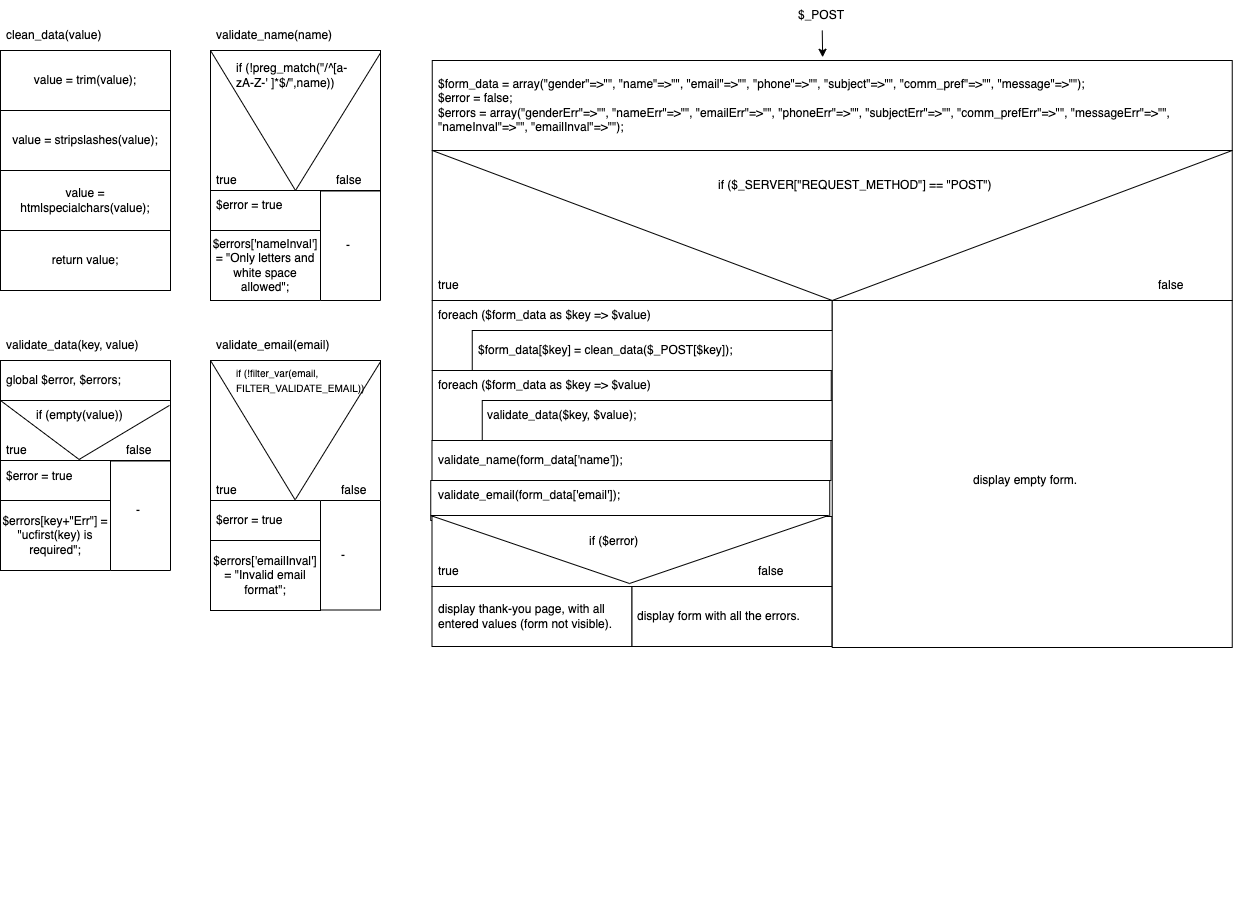
Earlier version of the draw.io export Diagrams/form_psd.drawio.png (JeroenHeemskerk/educom-webshop-basis-1688463739). Source tidied: cells renumbered, new cells last; positions are measured from the earlier drawing's top-left corner, leaving out a move shared by most shapes.
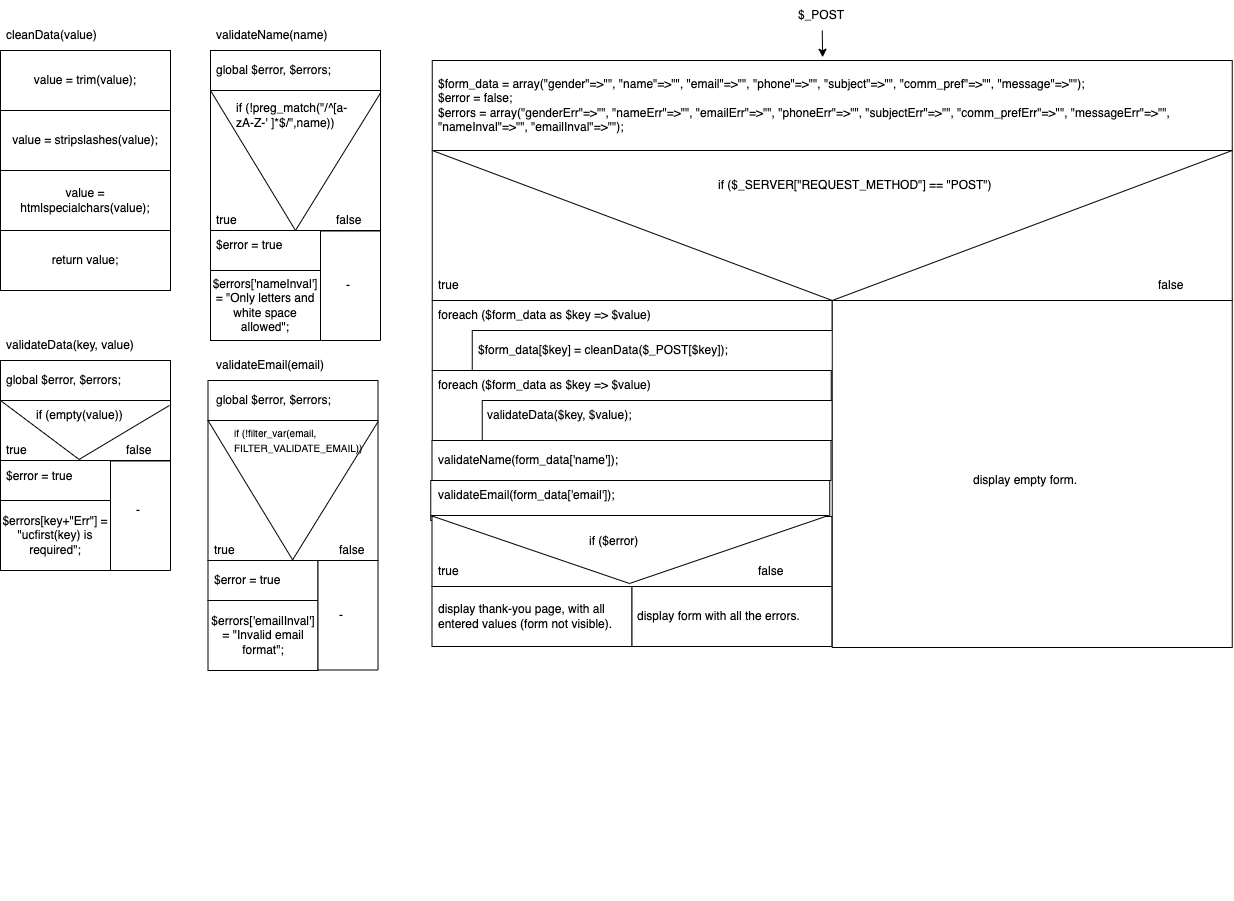
The same diagram one commit later.

Commit message:
Added the initiate variables part to the functions validateName and validateEmail. (#4)

Change to the diagram source:
```diff
@@ -17,7 +17,7 @@
     <mxCell id="6" style="rounded=0;whiteSpace=wrap;html=1;fontSize=10;fontColor=#000000;" parent="1" vertex="1">
       <mxGeometry x="471.8" y="330" width="368.2" height="40" as="geometry" />
     </mxCell>
-    <mxCell id="7" value="&lt;font style=&quot;font-size: 12px;&quot;&gt;$form_data[$key] = clean_data($_POST[$key]);&lt;/font&gt;" style="text;strokeColor=none;fillColor=none;align=left;verticalAlign=middle;spacingLeft=4;spacingRight=4;overflow=hidden;whiteSpace=wrap;html=1;fontSize=10;fontColor=#000000;" parent="1" vertex="1">
+    <mxCell id="7" value="&lt;font style=&quot;font-size: 12px;&quot;&gt;$form_data[$key] = cleanData($_POST[$key]);&lt;/font&gt;" style="text;strokeColor=none;fillColor=none;align=left;verticalAlign=middle;spacingLeft=4;spacingRight=4;overflow=hidden;whiteSpace=wrap;html=1;fontSize=10;fontColor=#000000;" parent="1" vertex="1">
       <mxGeometry x="471.8" y="335" width="358.2" height="30" as="geometry" />
     </mxCell>
     <mxCell id="8" style="group;fontColor=#000000;" parent="1" vertex="1">
@@ -26,7 +26,7 @@
     <mxCell id="9" value="&lt;span style=&quot;&quot; class=&quot;phpcolor&quot;&gt;&lt;span style=&quot;&quot; class=&quot;phpkeywordcolor&quot;&gt;return&lt;/span&gt; $data;&lt;/span&gt;" style="rounded=0;whiteSpace=wrap;html=1;fontColor=#000000;" parent="8" vertex="1">
       <mxGeometry y="30" width="170" height="240" as="geometry" />
     </mxCell>
-    <mxCell id="10" value="&lt;font&gt;clean_data(value)&lt;/font&gt;" style="text;strokeColor=none;fillColor=none;align=left;verticalAlign=middle;spacingLeft=4;spacingRight=4;overflow=hidden;whiteSpace=wrap;html=1;fontColor=#000000;" parent="8" vertex="1">
+    <mxCell id="10" value="&lt;font&gt;cleanData(value)&lt;/font&gt;" style="text;strokeColor=none;fillColor=none;align=left;verticalAlign=middle;spacingLeft=4;spacingRight=4;overflow=hidden;whiteSpace=wrap;html=1;fontColor=#000000;" parent="8" vertex="1">
       <mxGeometry width="160" height="30" as="geometry" />
     </mxCell>
     <mxCell id="11" value="&lt;span style=&quot;&quot; class=&quot;phpcolor&quot;&gt;&lt;font&gt;value = trim(value);&lt;/font&gt;&lt;/span&gt;" style="rounded=0;whiteSpace=wrap;html=1;fontColor=#000000;align=center;" parent="8" vertex="1">
@@ -44,7 +44,7 @@
     <mxCell id="15" style="group;fontColor=#000000;" parent="1" vertex="1">
       <mxGeometry y="310" width="410" height="590" as="geometry" />
     </mxCell>
-    <mxCell id="16" value="&lt;font&gt;validate_data(key, value)&lt;/font&gt;" style="text;strokeColor=none;fillColor=none;align=left;verticalAlign=middle;spacingLeft=4;spacingRight=4;overflow=hidden;whiteSpace=wrap;html=1;fontColor=#000000;" parent="15" vertex="1">
+    <mxCell id="16" value="&lt;font&gt;validateData(key, value)&lt;/font&gt;" style="text;strokeColor=none;fillColor=none;align=left;verticalAlign=middle;spacingLeft=4;spacingRight=4;overflow=hidden;whiteSpace=wrap;html=1;fontColor=#000000;" parent="15" vertex="1">
       <mxGeometry y="20" width="210" height="30" as="geometry" />
     </mxCell>
     <mxCell id="17" style="rounded=0;whiteSpace=wrap;html=1;fontColor=#000000;" parent="15" vertex="1">
@@ -69,7 +69,7 @@
       <mxGeometry y="50" width="170" height="40" as="geometry" />
     </mxCell>
     <mxCell id="24" value="global $error, $errors;" style="text;strokeColor=none;fillColor=none;align=left;verticalAlign=middle;spacingLeft=4;spacingRight=4;overflow=hidden;whiteSpace=wrap;html=1;fontColor=#000000;" parent="15" vertex="1">
-      <mxGeometry y="50" width="170" height="40" as="geometry" />
+      <mxGeometry y="50" width="150" height="40" as="geometry" />
     </mxCell>
     <mxCell id="25" value="$error = true" style="text;strokeColor=none;fillColor=none;align=left;verticalAlign=middle;spacingLeft=4;spacingRight=4;overflow=hidden;whiteSpace=wrap;html=1;fontColor=#000000;" parent="15" vertex="1">
       <mxGeometry y="150.5" width="80" height="30" as="geometry" />
@@ -83,48 +83,54 @@
     <mxCell id="28" value="-" style="text;strokeColor=none;fillColor=none;align=left;verticalAlign=middle;spacingLeft=4;spacingRight=4;overflow=hidden;whiteSpace=wrap;html=1;fontColor=#000000;" parent="15" vertex="1">
       <mxGeometry x="130" y="190" width="30" height="20" as="geometry" />
     </mxCell>
-    <mxCell id="29" value="&lt;font&gt;validate_email(email)&lt;/font&gt;" style="text;strokeColor=none;fillColor=none;align=left;verticalAlign=middle;spacingLeft=4;spacingRight=4;overflow=hidden;whiteSpace=wrap;html=1;fontColor=#000000;" parent="15" vertex="1">
-      <mxGeometry x="210" y="20" width="200" height="30" as="geometry" />
+    <mxCell id="29" value="&lt;font&gt;validateEmail(email)&lt;/font&gt;" style="text;strokeColor=none;fillColor=none;align=left;verticalAlign=middle;spacingLeft=4;spacingRight=4;overflow=hidden;whiteSpace=wrap;html=1;fontColor=#000000;" parent="15" vertex="1">
+      <mxGeometry x="210" y="40" width="170" height="30" as="geometry" />
     </mxCell>
     <mxCell id="30" style="rounded=0;whiteSpace=wrap;html=1;fontColor=#000000;" parent="15" vertex="1">
-      <mxGeometry x="210" y="50" width="170" height="140" as="geometry" />
+      <mxGeometry x="207.5" y="110" width="170" height="140" as="geometry" />
     </mxCell>
     <mxCell id="31" style="endArrow=none;html=1;entryX=0.994;entryY=0.082;entryDx=0;entryDy=0;entryPerimeter=0;exitX=0.5;exitY=1;exitDx=0;exitDy=0;fontColor=#000000;" parent="15" edge="1">
       <mxGeometry relative="1" as="geometry">
-        <mxPoint x="295" y="188.8" as="sourcePoint" />
-        <mxPoint x="380" y="51.2" as="targetPoint" />
+        <mxPoint x="292.5" y="248.8" as="sourcePoint" />
+        <mxPoint x="377.5" y="111.2" as="targetPoint" />
       </mxGeometry>
     </mxCell>
     <mxCell id="32" style="endArrow=none;html=1;exitX=0.5;exitY=1;exitDx=0;exitDy=0;fontColor=#000000;" parent="15" edge="1">
       <mxGeometry relative="1" as="geometry">
-        <mxPoint x="295" y="190" as="sourcePoint" />
-        <mxPoint x="210" y="50" as="targetPoint" />
+        <mxPoint x="292.5" y="250" as="sourcePoint" />
+        <mxPoint x="207.5" y="110" as="targetPoint" />
       </mxGeometry>
     </mxCell>
     <mxCell id="33" value="&lt;span style=&quot;font-size: 10px;&quot; class=&quot;phpcolor&quot;&gt; &lt;span style=&quot;&quot; class=&quot;phpkeywordcolor&quot;&gt;if&amp;nbsp;&lt;/span&gt;(!filter_var(email, FILTER_VALIDATE_EMAIL))&lt;/span&gt;" style="text;strokeColor=none;fillColor=none;align=left;verticalAlign=middle;spacingLeft=4;spacingRight=4;overflow=hidden;whiteSpace=wrap;html=1;fontColor=#000000;" parent="15" vertex="1">
-      <mxGeometry x="230" y="40" width="150" height="60" as="geometry" />
+      <mxGeometry x="227.5" y="100" width="150" height="60" as="geometry" />
     </mxCell>
     <mxCell id="34" value="true" style="text;strokeColor=none;fillColor=none;align=left;verticalAlign=middle;spacingLeft=4;spacingRight=4;overflow=hidden;whiteSpace=wrap;html=1;fontColor=#000000;" parent="15" vertex="1">
-      <mxGeometry x="210" y="170" width="70" height="20" as="geometry" />
+      <mxGeometry x="207.5" y="230" width="70" height="20" as="geometry" />
     </mxCell>
     <mxCell id="35" style="rounded=0;whiteSpace=wrap;html=1;fontColor=#000000;" parent="15" vertex="1">
-      <mxGeometry x="210" y="190" width="110" height="40" as="geometry" />
+      <mxGeometry x="207.5" y="250" width="110" height="40" as="geometry" />
     </mxCell>
     <mxCell id="36" value="$error = true" style="text;strokeColor=none;fillColor=none;align=left;verticalAlign=middle;spacingLeft=4;spacingRight=4;overflow=hidden;whiteSpace=wrap;html=1;fontColor=#000000;" parent="15" vertex="1">
-      <mxGeometry x="210" y="195" width="80" height="30" as="geometry" />
+      <mxGeometry x="207.5" y="255" width="80" height="30" as="geometry" />
     </mxCell>
     <mxCell id="37" value="&lt;span style=&quot;text-align: left;&quot;&gt;&lt;font&gt;$errors['emailInval'] = &quot;Invalid email format&quot;;&lt;/font&gt;&lt;/span&gt;" style="rounded=0;whiteSpace=wrap;html=1;fontColor=#000000;" parent="15" vertex="1">
-      <mxGeometry x="210" y="230" width="110" height="70" as="geometry" />
+      <mxGeometry x="207.5" y="290" width="110" height="70" as="geometry" />
     </mxCell>
     <mxCell id="38" style="rounded=0;whiteSpace=wrap;html=1;fontColor=#000000;direction=south;" parent="15" vertex="1">
-      <mxGeometry x="320" y="190" width="60" height="109.5" as="geometry" />
+      <mxGeometry x="317.5" y="250" width="60" height="109.5" as="geometry" />
     </mxCell>
     <mxCell id="39" value="-" style="text;strokeColor=none;fillColor=none;align=left;verticalAlign=middle;spacingLeft=4;spacingRight=4;overflow=hidden;whiteSpace=wrap;html=1;fontColor=#000000;" parent="15" vertex="1">
-      <mxGeometry x="335" y="234.8" width="30" height="20" as="geometry" />
+      <mxGeometry x="332.5" y="294.8" width="30" height="20" as="geometry" />
     </mxCell>
     <mxCell id="40" value="false" style="text;strokeColor=none;fillColor=none;align=left;verticalAlign=middle;spacingLeft=4;spacingRight=4;overflow=hidden;whiteSpace=wrap;html=1;fontColor=#000000;" parent="15" vertex="1">
-      <mxGeometry x="335" y="170" width="50" height="20" as="geometry" />
+      <mxGeometry x="332.5" y="230" width="50" height="20" as="geometry" />
     </mxCell>
+    <mxCell id="84" style="rounded=0;whiteSpace=wrap;html=1;fontColor=#000000;" parent="15" vertex="1">
+      <mxGeometry x="207.5" y="70" width="170" height="40" as="geometry" />
+    </mxCell>
+    <mxCell id="85" value="global $error, $errors;" style="text;strokeColor=none;fillColor=none;align=left;verticalAlign=middle;spacingLeft=4;spacingRight=4;overflow=hidden;whiteSpace=wrap;html=1;" parent="15" vertex="1">
+      <mxGeometry x="210" y="70" width="165" height="40" as="geometry" />
+    </mxCell>
     <mxCell id="41" style="rounded=0;whiteSpace=wrap;html=1;fontColor=#000000;" parent="1" vertex="1">
       <mxGeometry x="431.8" y="370" width="399" height="70" as="geometry" />
     </mxCell>
@@ -140,7 +146,7 @@
     <mxCell id="45" style="rounded=0;whiteSpace=wrap;html=1;fontColor=#000000;" parent="44" vertex="1">
       <mxGeometry x="1" width="350" height="40" as="geometry" />
     </mxCell>
-    <mxCell id="46" value="validate_data($key, $value);" style="text;strokeColor=none;fillColor=none;align=left;verticalAlign=middle;spacingLeft=4;spacingRight=4;overflow=hidden;whiteSpace=wrap;html=1;fontSize=12;fontColor=#000000;" parent="44" vertex="1">
+    <mxCell id="46" value="validateData($key, $value);" style="text;strokeColor=none;fillColor=none;align=left;verticalAlign=middle;spacingLeft=4;spacingRight=4;overflow=hidden;whiteSpace=wrap;html=1;fontSize=12;fontColor=#000000;" parent="44" vertex="1">
       <mxGeometry width="300" height="30" as="geometry" />
     </mxCell>
     <mxCell id="47" style="rounded=0;whiteSpace=wrap;html=1;fontColor=#000000;" parent="44" vertex="1">
@@ -216,54 +222,60 @@
         <mxPoint x="80" y="460" as="sourcePoint" />
       </mxGeometry>
     </mxCell>
-    <mxCell id="69" value="&lt;font&gt;validate_name(name)&lt;/font&gt;" style="text;strokeColor=none;fillColor=none;align=left;verticalAlign=middle;spacingLeft=4;spacingRight=4;overflow=hidden;whiteSpace=wrap;html=1;fontColor=#000000;" parent="1" vertex="1">
+    <mxCell id="69" value="&lt;font&gt;validateName(name)&lt;/font&gt;" style="text;strokeColor=none;fillColor=none;align=left;verticalAlign=middle;spacingLeft=4;spacingRight=4;overflow=hidden;whiteSpace=wrap;html=1;fontColor=#000000;" parent="1" vertex="1">
       <mxGeometry x="210" y="20" width="200" height="30" as="geometry" />
     </mxCell>
     <mxCell id="70" style="rounded=0;whiteSpace=wrap;html=1;fontColor=#000000;" parent="1" vertex="1">
-      <mxGeometry x="210" y="50" width="170" height="140" as="geometry" />
+      <mxGeometry x="210" y="90" width="170" height="140" as="geometry" />
     </mxCell>
     <mxCell id="71" style="endArrow=none;html=1;entryX=0.994;entryY=0.082;entryDx=0;entryDy=0;entryPerimeter=0;exitX=0.5;exitY=1;exitDx=0;exitDy=0;fontColor=#000000;" parent="1" edge="1" source="70">
       <mxGeometry relative="1" as="geometry">
-        <mxPoint x="380" y="52.5" as="targetPoint" />
+        <mxPoint x="380" y="92.5" as="targetPoint" />
       </mxGeometry>
     </mxCell>
     <mxCell id="72" style="endArrow=none;html=1;exitX=0.5;exitY=1;exitDx=0;exitDy=0;fontColor=#000000;" parent="1" edge="1" source="70">
       <mxGeometry relative="1" as="geometry">
-        <mxPoint x="210" y="50" as="targetPoint" />
+        <mxPoint x="210" y="90" as="targetPoint" />
       </mxGeometry>
     </mxCell>
     <mxCell id="73" value="&lt;span style=&quot;&quot; class=&quot;phpcolor&quot;&gt;&lt;font style=&quot;font-size: 12px;&quot;&gt; &lt;span style=&quot;&quot; class=&quot;phpkeywordcolor&quot;&gt;if&lt;/span&gt; (!preg_match(&lt;span style=&quot;&quot; class=&quot;phpstringcolor&quot;&gt;&quot;/^[a-zA-Z-' ]*$/&quot;&lt;/span&gt;,name))&lt;/font&gt;&lt;/span&gt;" style="text;strokeColor=none;fillColor=none;align=left;verticalAlign=middle;spacingLeft=4;spacingRight=4;overflow=hidden;whiteSpace=wrap;html=1;fontColor=#000000;" parent="1" vertex="1">
-      <mxGeometry x="230" y="50" width="130" height="50" as="geometry" />
+      <mxGeometry x="230" y="90" width="130" height="50" as="geometry" />
     </mxCell>
     <mxCell id="74" value="true" style="text;strokeColor=none;fillColor=none;align=left;verticalAlign=middle;spacingLeft=4;spacingRight=4;overflow=hidden;whiteSpace=wrap;html=1;fontColor=#000000;" parent="1" vertex="1">
-      <mxGeometry x="210" y="170" width="70" height="20" as="geometry" />
+      <mxGeometry x="210" y="210" width="70" height="20" as="geometry" />
     </mxCell>
     <mxCell id="75" value="false" style="text;strokeColor=none;fillColor=none;align=left;verticalAlign=middle;spacingLeft=4;spacingRight=4;overflow=hidden;whiteSpace=wrap;html=1;fontColor=#000000;" parent="1" vertex="1">
-      <mxGeometry x="330" y="170" width="50" height="20" as="geometry" />
+      <mxGeometry x="330" y="210" width="50" height="20" as="geometry" />
     </mxCell>
     <mxCell id="76" style="rounded=0;whiteSpace=wrap;html=1;fontColor=#000000;" parent="1" vertex="1">
-      <mxGeometry x="210" y="190" width="110" height="40" as="geometry" />
+      <mxGeometry x="210" y="230" width="110" height="40" as="geometry" />
     </mxCell>
     <mxCell id="77" value="$error = true" style="text;strokeColor=none;fillColor=none;align=left;verticalAlign=middle;spacingLeft=4;spacingRight=4;overflow=hidden;whiteSpace=wrap;html=1;fontColor=#000000;" parent="1" vertex="1">
-      <mxGeometry x="210" y="190" width="80" height="30" as="geometry" />
+      <mxGeometry x="210" y="230" width="80" height="30" as="geometry" />
     </mxCell>
     <mxCell id="78" value="&lt;span style=&quot;text-align: left;&quot;&gt;&lt;font&gt;$errors['nameInval'] = &quot;Only letters and white space allowed&quot;;&lt;/font&gt;&lt;/span&gt;" style="rounded=0;whiteSpace=wrap;html=1;fontColor=#000000;" parent="1" vertex="1">
-      <mxGeometry x="210" y="230" width="110" height="70" as="geometry" />
+      <mxGeometry x="210" y="270" width="110" height="70" as="geometry" />
     </mxCell>
     <mxCell id="79" style="rounded=0;whiteSpace=wrap;html=1;fontColor=#000000;direction=south;" parent="1" vertex="1">
-      <mxGeometry x="320" y="190.5" width="60" height="109.5" as="geometry" />
+      <mxGeometry x="320" y="230.5" width="60" height="109.5" as="geometry" />
     </mxCell>
     <mxCell id="80" value="-" style="text;strokeColor=none;fillColor=none;align=left;verticalAlign=middle;spacingLeft=4;spacingRight=4;overflow=hidden;whiteSpace=wrap;html=1;fontColor=#000000;" parent="1" vertex="1">
-      <mxGeometry x="340" y="235.2" width="30" height="20" as="geometry" />
+      <mxGeometry x="340" y="275.2" width="30" height="20" as="geometry" />
     </mxCell>
     <mxCell id="81" value="&lt;font style=&quot;font-size: 12px;&quot;&gt;foreach ($form_data as $key =&amp;gt; $value)&lt;/font&gt;" style="text;strokeColor=none;fillColor=none;align=left;verticalAlign=middle;spacingLeft=4;spacingRight=4;overflow=hidden;whiteSpace=wrap;html=1;fontColor=#000000;" parent="1" vertex="1">
       <mxGeometry x="431.8" y="300" width="398.2" height="30" as="geometry" />
     </mxCell>
-    <mxCell id="82" value="&lt;font style=&quot;font-size: 12px;&quot;&gt;validate_name(form_data['name']);&lt;/font&gt;" style="text;strokeColor=none;fillColor=none;align=left;verticalAlign=middle;spacingLeft=4;spacingRight=4;overflow=hidden;whiteSpace=wrap;html=1;fontSize=10;fontColor=#000000;" parent="1" vertex="1">
+    <mxCell id="82" value="&lt;font style=&quot;font-size: 12px;&quot;&gt;validateName(form_data['name']);&lt;/font&gt;" style="text;strokeColor=none;fillColor=none;align=left;verticalAlign=middle;spacingLeft=4;spacingRight=4;overflow=hidden;whiteSpace=wrap;html=1;fontSize=10;fontColor=#000000;" parent="1" vertex="1">
       <mxGeometry x="431.5" y="445" width="229" height="30" as="geometry" />
     </mxCell>
-    <mxCell id="83" value="&lt;font style=&quot;font-size: 12px;&quot;&gt;validate_email(form_data['email']);&lt;/font&gt;" style="text;strokeColor=none;fillColor=none;align=left;verticalAlign=middle;spacingLeft=4;spacingRight=4;overflow=hidden;whiteSpace=wrap;html=1;fontSize=10;fontColor=#000000;" parent="1" vertex="1">
+    <mxCell id="83" value="&lt;font style=&quot;font-size: 12px;&quot;&gt;validateEmail(form_data['email']);&lt;/font&gt;" style="text;strokeColor=none;fillColor=none;align=left;verticalAlign=middle;spacingLeft=4;spacingRight=4;overflow=hidden;whiteSpace=wrap;html=1;fontSize=10;fontColor=#000000;" parent="1" vertex="1">
       <mxGeometry x="431.5" y="480" width="229" height="30" as="geometry" />
     </mxCell>
+    <mxCell id="86" style="rounded=0;whiteSpace=wrap;html=1;fontColor=#000000;" parent="1" vertex="1">
+      <mxGeometry x="210" y="50" width="170" height="40" as="geometry" />
+    </mxCell>
+    <mxCell id="87" value="global $error, $errors;" style="text;strokeColor=none;fillColor=none;align=left;verticalAlign=middle;spacingLeft=4;spacingRight=4;overflow=hidden;whiteSpace=wrap;html=1;" parent="1" vertex="1">
+      <mxGeometry x="210" y="50" width="170" height="40" as="geometry" />
+    </mxCell>
   </root>
 </mxGraphModel>
```
